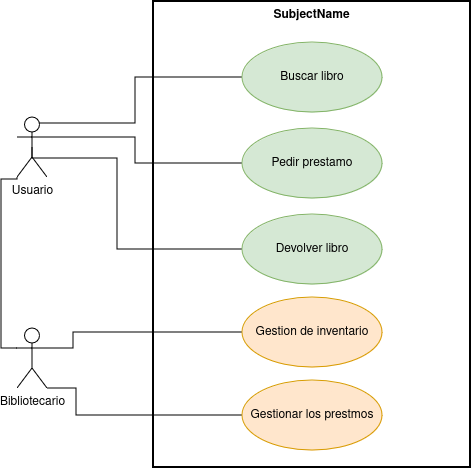
Earlier version of the draw.io export Biblioteca.png (alexfdb/ejercicio1casos-uso). Source tidied: cells renumbered, new cells last; positions are measured from the earlier drawing's top-left corner, leaving out a move shared by most shapes. Its diagram source:
```xml
<mxGraphModel>
  <root>
    <mxCell id="0" />
    <mxCell id="1" parent="0" />
    <mxCell id="2" value="SubjectName" style="shape=rect;html=1;verticalAlign=top;fontStyle=1;whiteSpace=wrap;align=center;strokeWidth=2;fillColor=none;" parent="1" vertex="1">
      <mxGeometry x="152" width="317" height="466" as="geometry" />
    </mxCell>
    <mxCell id="3" style="edgeStyle=orthogonalEdgeStyle;rounded=0;jettySize=auto;html=1;exitX=0.75;exitY=0.1;exitDx=0;exitDy=0;exitPerimeter=0;entryX=0;entryY=0.5;entryDx=0;entryDy=0;fontSize=12;startSize=8;endSize=8;endArrow=none;endFill=0;" parent="1" edge="1" source="6" target="10">
      <mxGeometry relative="1" as="geometry">
        <Array as="points">
          <mxPoint x="134" y="122" />
          <mxPoint x="134" y="76" />
        </Array>
      </mxGeometry>
    </mxCell>
    <mxCell id="4" style="edgeStyle=orthogonalEdgeStyle;rounded=0;jettySize=auto;html=1;exitX=1;exitY=0.3333333333333333;exitDx=0;exitDy=0;exitPerimeter=0;entryX=0;entryY=0.5;entryDx=0;entryDy=0;fontSize=12;startSize=8;endSize=8;endArrow=none;endFill=0;" parent="1" edge="1" source="6" target="11">
      <mxGeometry relative="1" as="geometry">
        <Array as="points">
          <mxPoint x="134" y="136" />
          <mxPoint x="134" y="162" />
        </Array>
      </mxGeometry>
    </mxCell>
    <mxCell id="5" style="edgeStyle=orthogonalEdgeStyle;rounded=0;jettySize=auto;html=1;exitX=0.5;exitY=0.5;exitDx=0;exitDy=0;exitPerimeter=0;entryX=0;entryY=0.5;entryDx=0;entryDy=0;fontSize=12;startSize=8;endSize=8;endArrow=none;endFill=0;" parent="1" edge="1" source="6" target="12">
      <mxGeometry relative="1" as="geometry">
        <Array as="points">
          <mxPoint x="31" y="157" />
          <mxPoint x="116" y="157" />
          <mxPoint x="116" y="248" />
        </Array>
      </mxGeometry>
    </mxCell>
    <mxCell id="6" value="&lt;div&gt;Usuario&lt;/div&gt;" style="shape=umlActor;verticalLabelPosition=bottom;verticalAlign=top;html=1;outlineConnect=0;fillColor=none;" parent="1" vertex="1">
      <mxGeometry x="16" y="116" width="30" height="60" as="geometry" />
    </mxCell>
    <mxCell id="7" style="edgeStyle=orthogonalEdgeStyle;rounded=0;jettySize=auto;html=1;exitX=1;exitY=0.3333333333333333;exitDx=0;exitDy=0;exitPerimeter=0;entryX=0;entryY=0.5;entryDx=0;entryDy=0;fontSize=12;startSize=8;endSize=8;endArrow=none;endFill=0;" parent="1" edge="1" source="9" target="13">
      <mxGeometry relative="1" as="geometry">
        <Array as="points">
          <mxPoint x="72" y="347" />
          <mxPoint x="72" y="331" />
        </Array>
      </mxGeometry>
    </mxCell>
    <mxCell id="8" style="edgeStyle=orthogonalEdgeStyle;rounded=0;jettySize=auto;html=1;exitX=1;exitY=1;exitDx=0;exitDy=0;exitPerimeter=0;entryX=0;entryY=0.5;entryDx=0;entryDy=0;fontSize=12;startSize=8;endSize=8;endArrow=none;endFill=0;" parent="1" edge="1" source="9" target="14">
      <mxGeometry relative="1" as="geometry">
        <Array as="points">
          <mxPoint x="75" y="387" />
          <mxPoint x="75" y="414" />
        </Array>
      </mxGeometry>
    </mxCell>
    <mxCell id="9" value="Bibliotecario" style="shape=umlActor;verticalLabelPosition=bottom;verticalAlign=top;html=1;outlineConnect=0;fillColor=none;" parent="1" vertex="1">
      <mxGeometry x="16" y="327" width="30" height="60" as="geometry" />
    </mxCell>
    <mxCell id="10" value="&lt;div&gt;Buscar libro&lt;/div&gt;" style="ellipse;whiteSpace=wrap;html=1;fillColor=#d5e8d4;strokeColor=#82b366;" parent="1" vertex="1">
      <mxGeometry x="241" y="41" width="140" height="70" as="geometry" />
    </mxCell>
    <mxCell id="11" value="Pedir prestamo" style="ellipse;whiteSpace=wrap;html=1;fillColor=#d5e8d4;strokeColor=#82b366;" parent="1" vertex="1">
      <mxGeometry x="241" y="127" width="140" height="70" as="geometry" />
    </mxCell>
    <mxCell id="12" value="Devolver libro" style="ellipse;whiteSpace=wrap;html=1;fillColor=#d5e8d4;strokeColor=#82b366;" parent="1" vertex="1">
      <mxGeometry x="241" y="213" width="140" height="70" as="geometry" />
    </mxCell>
    <mxCell id="13" value="Gestion de inventario" style="ellipse;whiteSpace=wrap;html=1;fillColor=#ffe6cc;strokeColor=#d79b00;" parent="1" vertex="1">
      <mxGeometry x="241" y="296" width="140" height="70" as="geometry" />
    </mxCell>
    <mxCell id="14" value="Gestionar los prestmos" style="ellipse;whiteSpace=wrap;html=1;fillColor=#ffe6cc;strokeColor=#d79b00;" parent="1" vertex="1">
      <mxGeometry x="241" y="379" width="140" height="70" as="geometry" />
    </mxCell>
    <mxCell id="15" style="edgeStyle=orthogonalEdgeStyle;rounded=0;jettySize=auto;html=1;exitX=0;exitY=0.3333333333333333;exitDx=0;exitDy=0;exitPerimeter=0;entryX=0;entryY=1;entryDx=0;entryDy=0;entryPerimeter=0;fontSize=12;startSize=8;endSize=8;endArrow=none;endFill=0;" parent="1" edge="1" source="9" target="6">
      <mxGeometry relative="1" as="geometry">
        <Array as="points">
          <mxPoint y="347" />
          <mxPoint y="178" />
          <mxPoint x="16" y="178" />
        </Array>
      </mxGeometry>
    </mxCell>
  </root>
</mxGraphModel>
```
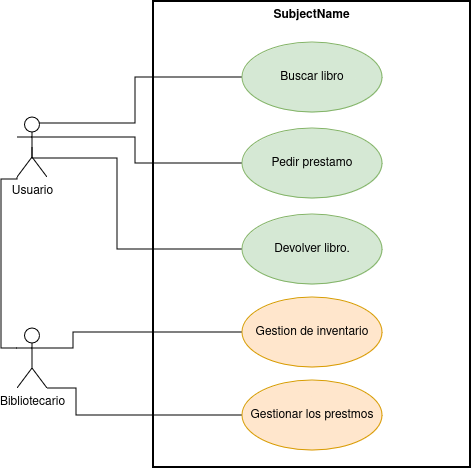
The same file after the commit.

Diff of the diagram source:
```diff
@@ -58,7 +58,7 @@
     <mxCell id="11" value="Pedir prestamo" style="ellipse;whiteSpace=wrap;html=1;fillColor=#d5e8d4;strokeColor=#82b366;" parent="1" vertex="1">
       <mxGeometry x="241" y="127" width="140" height="70" as="geometry" />
     </mxCell>
-    <mxCell id="12" value="Devolver libro" style="ellipse;whiteSpace=wrap;html=1;fillColor=#d5e8d4;strokeColor=#82b366;" parent="1" vertex="1">
+    <mxCell id="12" value="Devolver libro." style="ellipse;whiteSpace=wrap;html=1;fillColor=#d5e8d4;strokeColor=#82b366;" parent="1" vertex="1">
       <mxGeometry x="241" y="213" width="140" height="70" as="geometry" />
     </mxCell>
     <mxCell id="13" value="Gestion de inventario" style="ellipse;whiteSpace=wrap;html=1;fillColor=#ffe6cc;strokeColor=#d79b00;" parent="1" vertex="1">
```
